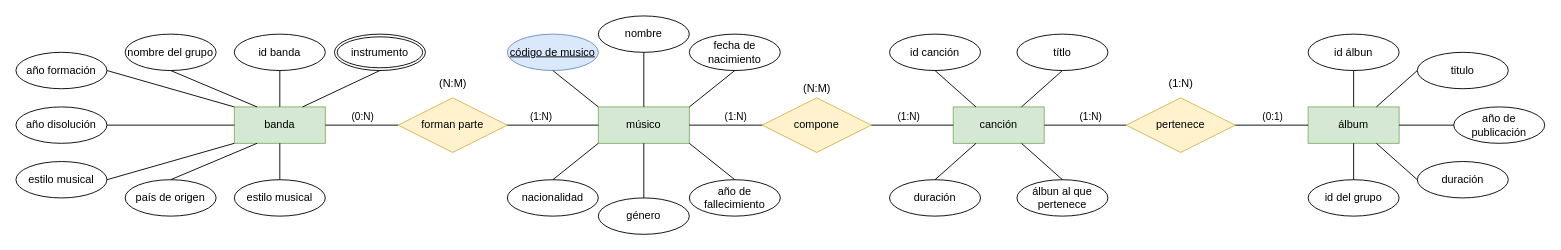
Earlier version of the draw.io diagram page "Paso 4" (4 of 4) of Tareas/Tema 2/Tarea 11/Ejercicio11.drawio (JCarlosAR032/base-de-datos). Source tidied: cells renumbered, new cells numbered last; positions are measured from the earlier drawing's top-left corner, leaving out a move shared by most shapes. Both pictures are drawn from the tidied source at 91%, with x=0, y=0 at pixel (15, 15).
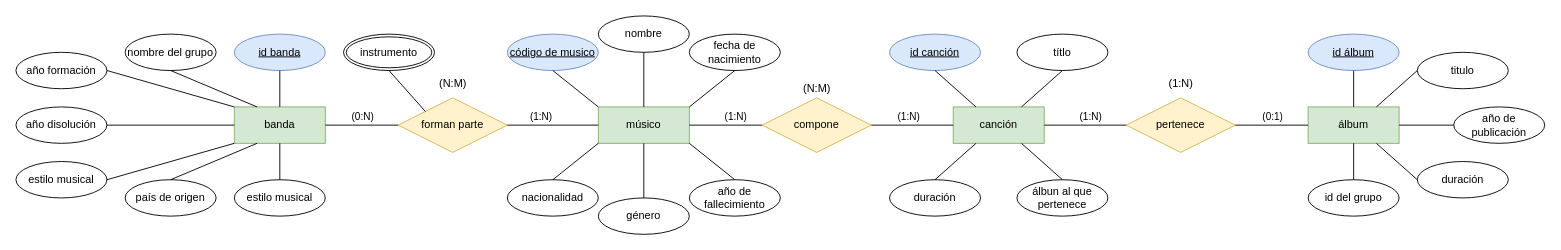
After the change.

The change refers to these unchanged cells:
```xml
<mxCell id="4" value="forman parte" style="shape=rhombus;perimeter=rhombusPerimeter;whiteSpace=wrap;html=1;align=center;fillColor=#fff2cc;strokeColor=#d6b656;" parent="1" vertex="1">
  <mxGeometry x="420" y="90" width="120" height="60" as="geometry" />
</mxCell>
<mxCell id="5" value="banda" style="whiteSpace=wrap;html=1;align=center;fillColor=#d5e8d4;strokeColor=#82b366;" parent="1" vertex="1">
  <mxGeometry x="240" y="100" width="100" height="40" as="geometry" />
</mxCell>
```

Diff of the diagram source:
```diff
@@
-    <mxCell id="33" value="id banda" style="ellipse;whiteSpace=wrap;html=1;align=center;" parent="1" vertex="1">
+    <mxCell id="33" value="&lt;u&gt;id banda&lt;/u&gt;" style="ellipse;whiteSpace=wrap;html=1;align=center;fillColor=#dae8fc;strokeColor=#6c8ebf;" parent="1" vertex="1">
       <mxGeometry x="240" y="20" width="100" height="40" as="geometry" />
     </mxCell>
@@
-    <mxCell id="47" value="id álbun" style="ellipse;whiteSpace=wrap;html=1;align=center;" parent="1" vertex="1">
+    <mxCell id="47" value="&lt;u&gt;id álbum&lt;/u&gt;" style="ellipse;whiteSpace=wrap;html=1;align=center;fillColor=#dae8fc;strokeColor=#6c8ebf;" parent="1" vertex="1">
       <mxGeometry x="1420" y="20" width="100" height="40" as="geometry" />
     </mxCell>
@@
-    <mxCell id="57" value="id canción" style="ellipse;whiteSpace=wrap;html=1;align=center;" parent="1" vertex="1">
+    <mxCell id="57" value="&lt;u&gt;id canción&lt;/u&gt;" style="ellipse;whiteSpace=wrap;html=1;align=center;fillColor=#dae8fc;strokeColor=#6c8ebf;" parent="1" vertex="1">
       <mxGeometry x="960" y="20" width="100" height="40" as="geometry" />
     </mxCell>
@@
     <mxCell id="66" value="instrumento" style="ellipse;shape=doubleEllipse;margin=3;whiteSpace=wrap;html=1;align=center;" parent="1" vertex="1">
-      <mxGeometry x="350" y="20" width="100" height="40" as="geometry" />
+      <mxGeometry x="360" y="20" width="100" height="40" as="geometry" />
     </mxCell>
-    <mxCell id="67" style="endArrow=none;html=1;rounded=0;exitX=0.75;exitY=0;exitDx=0;exitDy=0;entryX=0.5;entryY=1;entryDx=0;entryDy=0;" parent="1" edge="1" source="5" target="66">
+    <mxCell id="67" style="endArrow=none;html=1;rounded=0;exitX=0;exitY=0;exitDx=0;exitDy=0;entryX=0.5;entryY=1;entryDx=0;entryDy=0;" parent="1" edge="1" source="4" target="66">
       <mxGeometry relative="1" as="geometry" />
     </mxCell>
```
